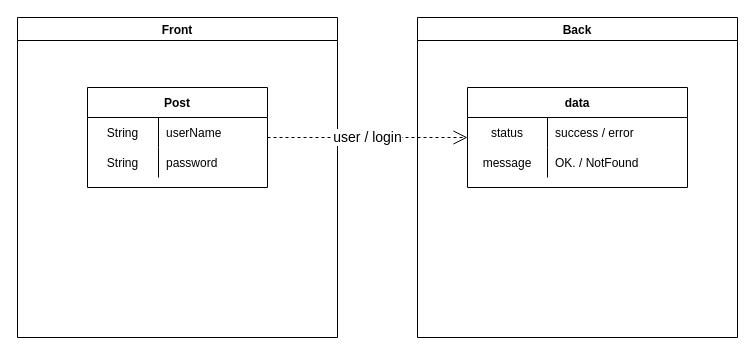
This is page "ログイン機能" (7 of 14) of Designs/基本設計.drawio from yusuke-rakus/Qiish, a draw.io file, before an edit. Source tidied: cells renumbered, new cells numbered last; positions are measured from the earlier drawing's top-left corner, leaving out a move shared by most shapes. Both pictures are drawn from the tidied source at 100%, with x=0, y=0 at pixel (17, 17).
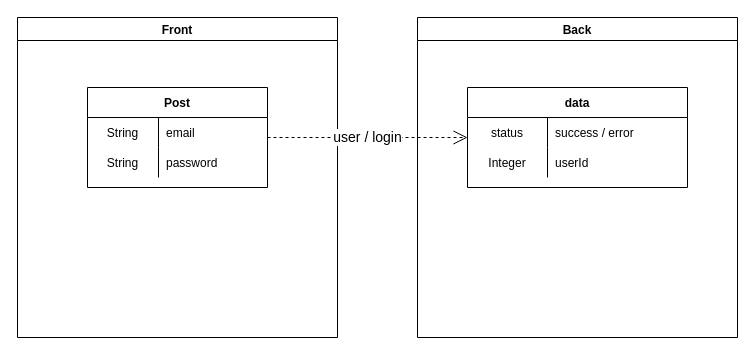
The same page after the edit.

What changed in the source:
```diff
@@
 <mxGraphModel>
   <root>
     <mxCell id="0" />
     <mxCell id="1" parent="0" />
     <mxCell id="2" value="Front" style="swimlane;" parent="1" vertex="1">
       <mxGeometry width="320" height="320" as="geometry" />
     </mxCell>
     <mxCell id="3" value="Post" style="shape=table;startSize=30;childLayout=tableLayout;rowLines=0;fontStyle=1;align=center;" parent="2" vertex="1">
       <mxGeometry x="70" y="70" width="180" height="100" as="geometry" />
     </mxCell>
     <mxCell id="4" style="shape=partialRectangle;fillColor=none;top=0;left=0;bottom=0;right=0;" parent="3" vertex="1">
       <mxGeometry y="30" width="180" height="30" as="geometry" />
     </mxCell>
     <mxCell id="5" value="String" style="shape=partialRectangle;fillColor=none;top=0;left=0;bottom=0;right=0;overflow=hidden;" parent="4" vertex="1">
       <mxGeometry width="71" height="30" as="geometry" />
     </mxCell>
-    <mxCell id="6" value="userName" style="shape=partialRectangle;fillColor=none;top=0;left=0;bottom=0;right=0;align=left;spacingLeft=6;overflow=hidden;" parent="4" vertex="1">
+    <mxCell id="6" value="email" style="shape=partialRectangle;fillColor=none;top=0;left=0;bottom=0;right=0;align=left;spacingLeft=6;overflow=hidden;" parent="4" vertex="1">
       <mxGeometry x="71" width="109" height="30" as="geometry" />
     </mxCell>
     <mxCell id="7" style="shape=partialRectangle;fillColor=none;top=0;left=0;bottom=0;right=0;" parent="3" vertex="1">
       <mxGeometry y="60" width="180" height="30" as="geometry" />
     </mxCell>
     <mxCell id="8" value="String" style="shape=partialRectangle;fillColor=none;top=0;left=0;bottom=0;right=0;overflow=hidden;" parent="7" vertex="1">
       <mxGeometry width="71" height="30" as="geometry" />
     </mxCell>
     <mxCell id="9" value="password" style="shape=partialRectangle;fillColor=none;top=0;left=0;bottom=0;right=0;align=left;spacingLeft=6;overflow=hidden;" parent="7" vertex="1">
       <mxGeometry x="71" width="109" height="30" as="geometry" />
     </mxCell>
     <mxCell id="10" value="Back" style="swimlane;" parent="1" vertex="1">
       <mxGeometry x="400" width="320" height="320" as="geometry" />
     </mxCell>
     <mxCell id="11" value="data" style="shape=table;startSize=30;childLayout=tableLayout;rowLines=0;fontStyle=1;align=center;" parent="10" vertex="1">
       <mxGeometry x="50" y="70" width="220" height="100" as="geometry" />
     </mxCell>
     <mxCell id="12" style="shape=partialRectangle;fillColor=none;top=0;left=0;bottom=0;right=0;" parent="11" vertex="1">
       <mxGeometry y="30" width="220" height="30" as="geometry" />
     </mxCell>
     <mxCell id="13" value="status" style="shape=partialRectangle;fillColor=none;top=0;left=0;bottom=0;right=0;overflow=hidden;" parent="12" vertex="1">
       <mxGeometry width="80" height="30" as="geometry" />
     </mxCell>
     <mxCell id="14" value="success / error" style="shape=partialRectangle;fillColor=none;top=0;left=0;bottom=0;right=0;align=left;spacingLeft=6;overflow=hidden;" parent="12" vertex="1">
       <mxGeometry x="80" width="140" height="30" as="geometry" />
     </mxCell>
     <mxCell id="15" style="shape=partialRectangle;fillColor=none;top=0;left=0;bottom=0;right=0;" parent="11" vertex="1">
       <mxGeometry y="60" width="220" height="30" as="geometry" />
     </mxCell>
-    <mxCell id="16" value="message" style="shape=partialRectangle;fillColor=none;top=0;left=0;bottom=0;right=0;fontStyle=0;overflow=hidden;" parent="15" vertex="1">
-      <mxGeometry width="80" height="30" as="geometry" />
-    </mxCell>
-    <mxCell id="17" value="OK. / NotFound" style="shape=partialRectangle;fillColor=none;top=0;left=0;bottom=0;right=0;align=left;spacingLeft=6;fontStyle=0;overflow=hidden;" parent="15" vertex="1">
-      <mxGeometry x="80" width="140" height="30" as="geometry" />
-    </mxCell>
+    <mxCell id="19" value="Integer" style="shape=partialRectangle;fillColor=none;top=0;left=0;bottom=0;right=0;fontStyle=0;overflow=hidden;" parent="15" vertex="1">
+      <mxGeometry width="80" height="30" as="geometry" />
+    </mxCell>
+    <mxCell id="20" value="userId" style="shape=partialRectangle;fillColor=none;top=0;left=0;bottom=0;right=0;align=left;spacingLeft=6;fontStyle=0;overflow=hidden;" parent="15" vertex="1">
+      <mxGeometry x="80" width="140" height="30" as="geometry" />
+    </mxCell>
     <mxCell id="18" value="&lt;font style=&quot;font-size: 14px&quot;&gt;user / login&lt;/font&gt;" style="endArrow=open;endSize=12;dashed=1;html=1;" parent="1" edge="1" source="3" target="11">
       <mxGeometry relative="1" as="geometry" />
     </mxCell>
   </root>
 </mxGraphModel>
```
